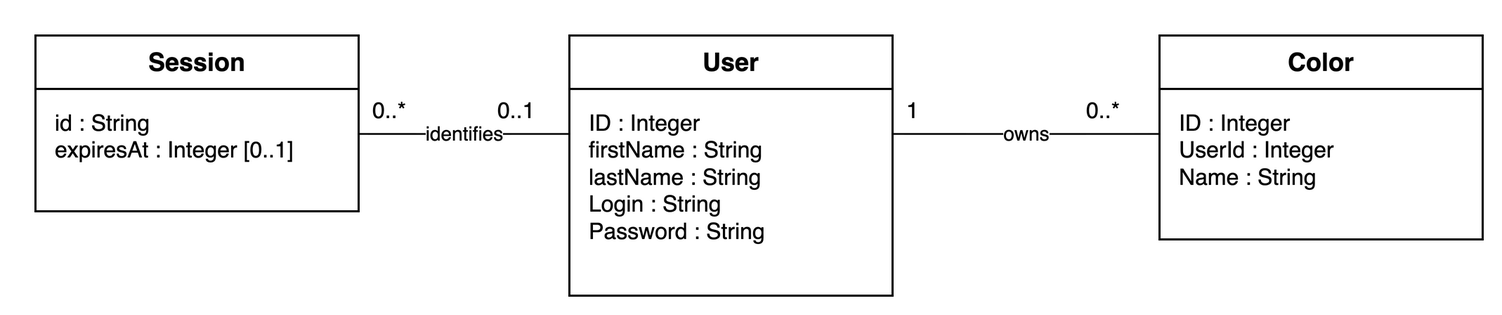
Before: docs/uml/class.png, a diagram exported from draw.io (milesrack/colors-lamp). Source tidied: cells renumbered, new cells last; positions are measured from the earlier drawing's top-left corner, leaving out a move shared by most shapes.
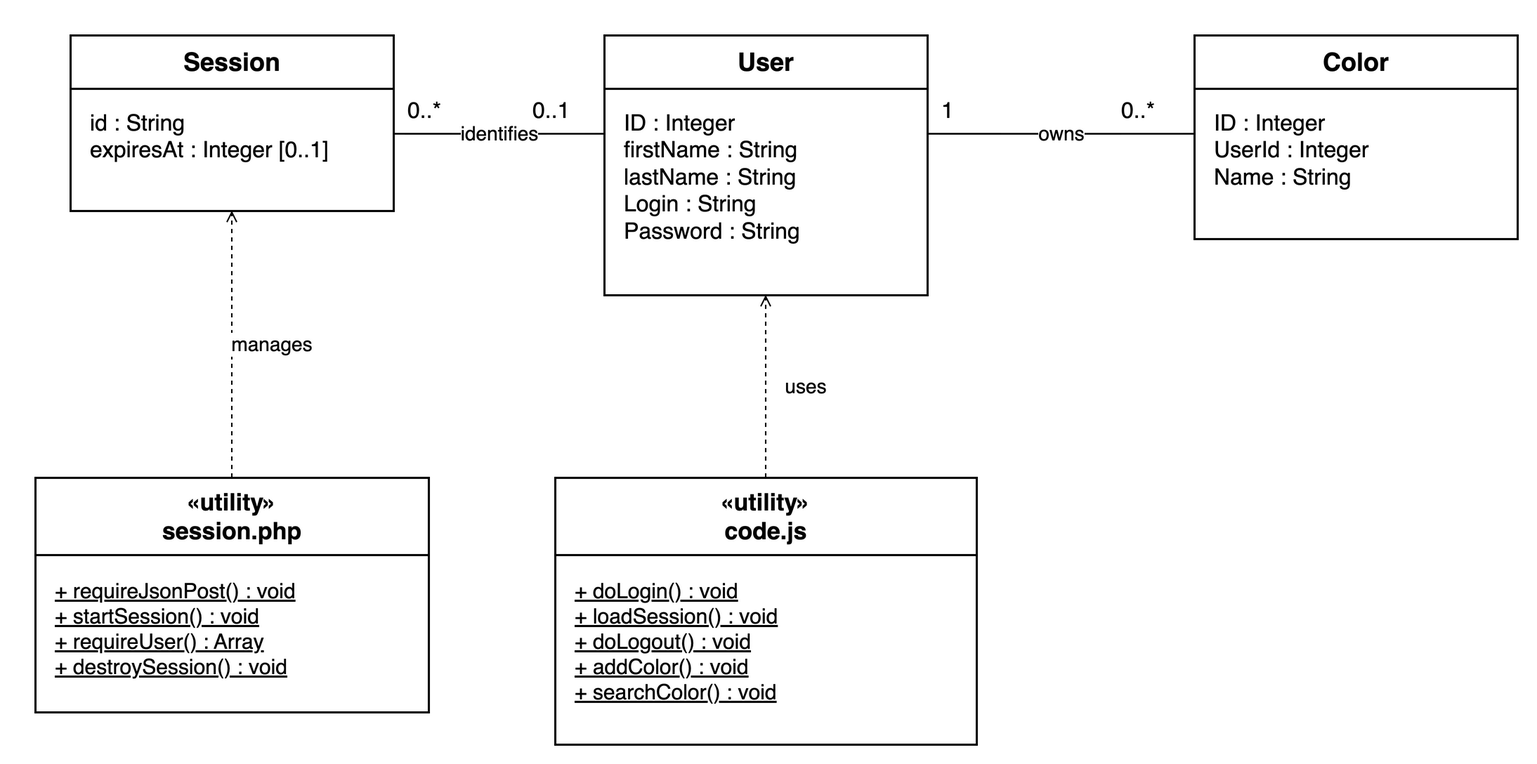
The same file after the commit.

Commit message:
docs(uml): show implemented utility operations

Diff of the diagram source:
```diff
@@ -38,5 +38,27 @@
     <mxCell id="13" value="0..*" style="html=1;whiteSpace=wrap;fontFamily=Helvetica;fontSize=16;fontColor=#000000;strokeColor=#000000;fillColor=#FFFFFF;strokeWidth=1.5;text;strokeColor=none;fillColor=none;" parent="1" vertex="1">
       <mxGeometry x="746" y="37" width="45" height="25" as="geometry" />
     </mxCell>
+    <mxCell id="14" value="«utility»&lt;br&gt;session.php" style="html=1;whiteSpace=wrap;fontFamily=Helvetica;fontSize=15;fontColor=#000000;strokeColor=#000000;fillColor=#FFFFFF;strokeWidth=1.5;swimlane;startSize=55;horizontal=1;rounded=0;fontStyle=1;fontSize=17;" parent="1" vertex="1">
+      <mxGeometry x="-25" y="315" width="280" height="167" as="geometry" />
+    </mxCell>
+    <mxCell id="15" value="&lt;u&gt;+ requireJsonPost() : void&lt;/u&gt;&lt;br&gt;&lt;u&gt;+ startSession() : void&lt;/u&gt;&lt;br&gt;&lt;u&gt;+ requireUser() : Array&lt;/u&gt;&lt;br&gt;&lt;u&gt;+ destroySession() : void&lt;/u&gt;" style="html=1;whiteSpace=wrap;fontFamily=Helvetica;fontSize=15;fontColor=#000000;strokeColor=#000000;fillColor=#FFFFFF;strokeWidth=1.5;text;strokeColor=none;fillColor=none;align=left;verticalAlign=top;" parent="1" vertex="1">
+      <mxGeometry x="-13" y="380" width="256" height="97" as="geometry" />
+    </mxCell>
+    <mxCell id="16" value="«utility»&lt;br&gt;code.js" style="html=1;whiteSpace=wrap;fontFamily=Helvetica;fontSize=15;fontColor=#000000;strokeColor=#000000;fillColor=#FFFFFF;strokeWidth=1.5;swimlane;startSize=55;horizontal=1;rounded=0;fontStyle=1;fontSize=17;" parent="1" vertex="1">
+      <mxGeometry x="345" y="315" width="300" height="190" as="geometry" />
+    </mxCell>
+    <mxCell id="17" value="&lt;u&gt;+ doLogin() : void&lt;/u&gt;&lt;br&gt;&lt;u&gt;+ loadSession() : void&lt;/u&gt;&lt;br&gt;&lt;u&gt;+ doLogout() : void&lt;/u&gt;&lt;br&gt;&lt;u&gt;+ addColor() : void&lt;/u&gt;&lt;br&gt;&lt;u&gt;+ searchColor() : void&lt;/u&gt;" style="html=1;whiteSpace=wrap;fontFamily=Helvetica;fontSize=15;fontColor=#000000;strokeColor=#000000;fillColor=#FFFFFF;strokeWidth=1.5;text;strokeColor=none;fillColor=none;align=left;verticalAlign=top;" parent="1" vertex="1">
+      <mxGeometry x="357" y="380" width="276" height="120" as="geometry" />
+    </mxCell>
+    <mxCell id="18" value="manages" style="edgeStyle=none;html=1;fontFamily=Helvetica;fontSize=14;fontColor=#000000;strokeColor=#000000;labelBackgroundColor=#FFFFFF;dashed=1;endArrow=open;endFill=0;exitX=0.5;exitY=0;entryX=0.5;entryY=1;" parent="1" edge="1" source="14" target="2">
+      <mxGeometry relative="1" as="geometry">
+        <mxPoint x="28" as="offset" />
+      </mxGeometry>
+    </mxCell>
+    <mxCell id="19" value="uses" style="edgeStyle=none;html=1;fontFamily=Helvetica;fontSize=14;fontColor=#000000;strokeColor=#000000;labelBackgroundColor=#FFFFFF;dashed=1;endArrow=open;endFill=0;exitX=0.5;exitY=0;entryX=0.5;entryY=1;" parent="1" edge="1" source="16" target="4">
+      <mxGeometry relative="1" as="geometry">
+        <mxPoint x="28" as="offset" />
+      </mxGeometry>
+    </mxCell>
   </root>
 </mxGraphModel>
```
